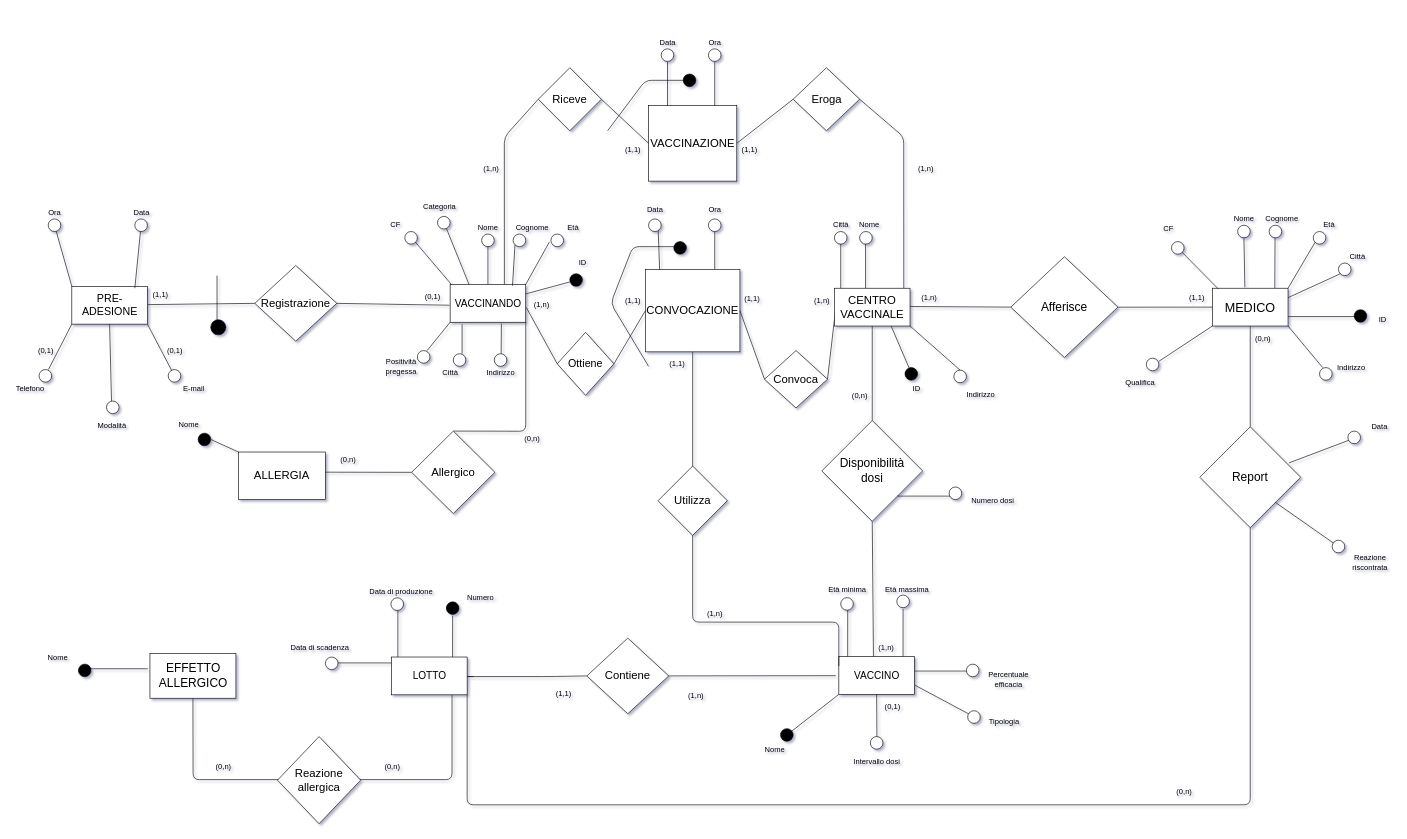
The draw.io diagram page "ERristr" (1 of 2) of bd/Schema E/ERsenzagen.drawio in shaggyishere/VaccineDatabase, before the edit. Source tidied: cells renumbered, new cells numbered last; positions are measured from the earlier drawing's top-left corner, leaving out a move shared by most shapes. Both pictures are drawn from the tidied source at 63%, with x=0, y=0 at pixel (10, 36).
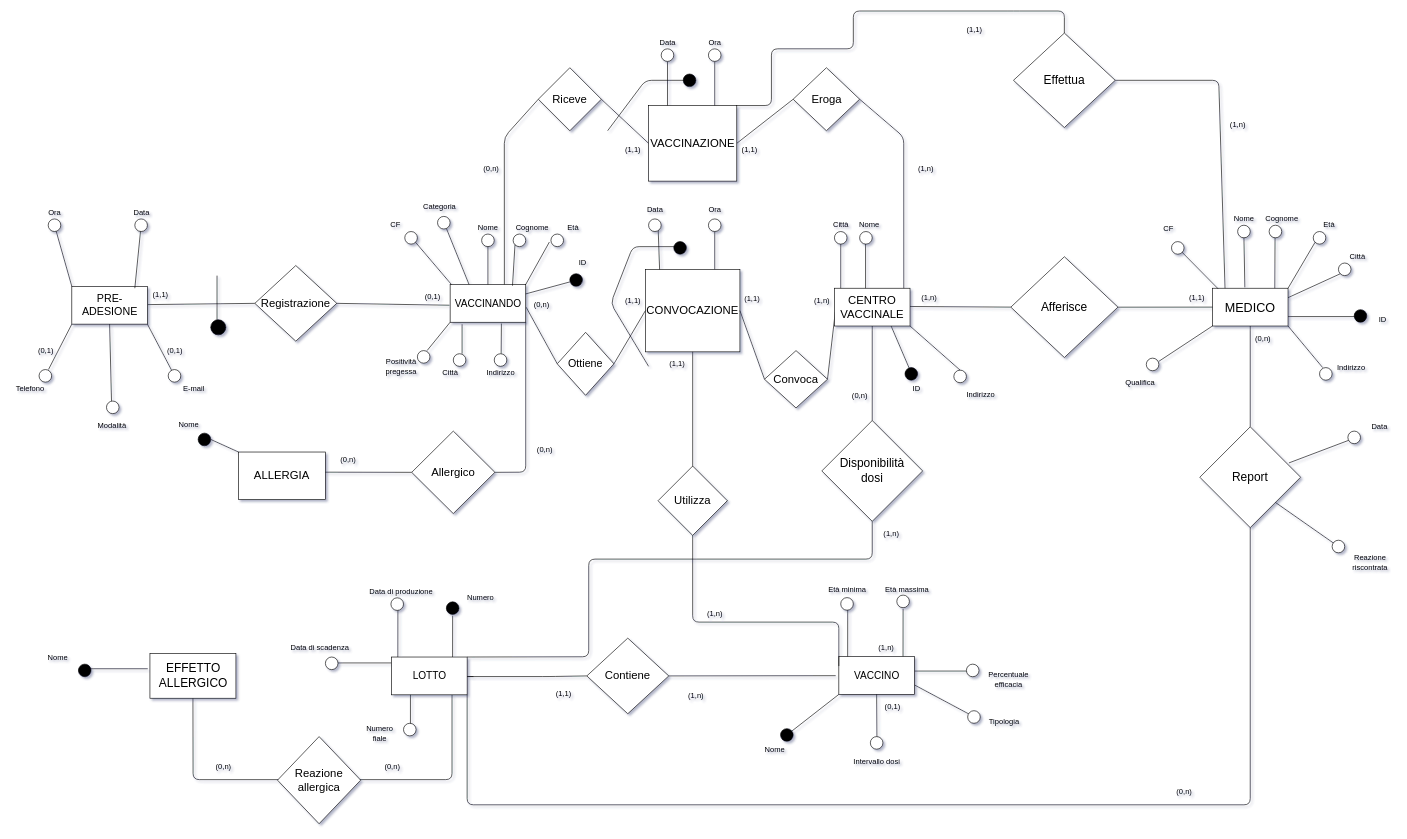
After the change.

Commit message:
Aggiunta associazione che lega MEDICO a VACCINAZIONE

The change refers to these unchanged cells:
```xml
<mxCell id="19" value="&lt;font style=&quot;font-size: 18px&quot;&gt;VACCINAZIONE&lt;/font&gt;" style="rectangle;whiteSpace=wrap;html=1;strokeWidth=1;fillColor=#FFFFFF;" parent="1" vertex="1">
  <mxGeometry x="1013" y="110" width="140" height="120" as="geometry" />
</mxCell>
<mxCell id="28" value="&lt;div&gt;&lt;font style=&quot;font-size: 19px&quot;&gt;Disponibilità &lt;br&gt;&lt;/font&gt;&lt;/div&gt;&lt;div&gt;&lt;font style=&quot;font-size: 19px&quot;&gt;dosi&lt;/font&gt;&lt;/div&gt;" style="rhombus;whiteSpace=wrap;html=1;strokeWidth=1;fillColor=#FFFFFF;" parent="1" vertex="1">
  <mxGeometry x="1288" y="610" width="160" height="160" as="geometry" />
</mxCell>
<mxCell id="50" style="rounded=0;whiteSpace=wrap;html=1;" parent="1" vertex="1">
  <mxGeometry x="605" y="985.4" width="120" height="60" as="geometry" />
</mxCell>
<mxCell id="75" style="rounded=0;whiteSpace=wrap;html=1;" parent="1" vertex="1">
  <mxGeometry x="698" y="394" width="120" height="60" as="geometry" />
</mxCell>
<mxCell id="155" value="&lt;font style=&quot;font-size: 18px&quot;&gt;Allergico &lt;br&gt;&lt;/font&gt;" style="rhombus;whiteSpace=wrap;html=1;fillColor=#FFFFFF;" parent="1" vertex="1">
  <mxGeometry x="637" y="626.8" width="132" height="130.9" as="geometry" />
</mxCell>
```

What changed in the source:
```diff
@@
-    <mxCell id="32" style="endArrow=none;html=1;exitX=0.5;exitY=1;exitDx=0;exitDy=0;entryX=0.5;entryY=0;entryDx=0;entryDy=0;" parent="1" edge="1">
+    <mxCell id="32" style="endArrow=none;html=1;exitX=0.5;exitY=1;exitDx=0;exitDy=0;entryX=1;entryY=0;entryDx=0;entryDy=0;" parent="1" edge="1" target="50">
       <mxGeometry relative="1" as="geometry">
         <mxPoint x="1368" y="770" as="sourcePoint" />
-        <mxPoint x="1370" y="989" as="targetPoint" />
+        <Array as="points">
+          <mxPoint x="1368" y="830" />
+          <mxPoint x="918" y="830" />
+          <mxPoint x="918" y="985" />
+        </Array>
       </mxGeometry>
     </mxCell>
@@
-    <mxCell id="89" style="endArrow=none;html=1;exitX=1;exitY=1;exitDx=0;exitDy=0;entryX=0.5;entryY=0;entryDx=0;entryDy=0;" parent="1" edge="1" source="75" target="155">
+    <mxCell id="89" style="endArrow=none;html=1;exitX=1;exitY=1;exitDx=0;exitDy=0;entryX=1;entryY=0.5;entryDx=0;entryDy=0;" parent="1" edge="1" source="75" target="155">
       <mxGeometry relative="1" as="geometry">
         <Array as="points">
-          <mxPoint x="818" y="627" />
+          <mxPoint x="818" y="692" />
         </Array>
       </mxGeometry>
     </mxCell>
     <mxCell id="90" value="(0,n)" style="text;html=1;align=center;verticalAlign=middle;strokeColor=none;" parent="1" vertex="1">
-      <mxGeometry x="808" y="629" width="40" height="20" as="geometry" />
+      <mxGeometry x="828" y="646.8" width="40" height="20" as="geometry" />
     </mxCell>
@@
-    <mxCell id="104" value="(1,n)" style="text;html=1;align=center;verticalAlign=middle;strokeColor=none;" parent="1" vertex="1">
+    <mxCell id="104" value="(0,n)" style="text;html=1;align=center;verticalAlign=middle;strokeColor=none;" parent="1" vertex="1">
       <mxGeometry x="823" y="417" width="40" height="20" as="geometry" />
     </mxCell>
@@
-    <mxCell id="106" value="(1,n)" style="text;html=1;align=center;verticalAlign=middle;strokeColor=none;" parent="1" vertex="1">
+    <mxCell id="106" value="(0,n)" style="text;html=1;align=center;verticalAlign=middle;strokeColor=none;" parent="1" vertex="1">
       <mxGeometry x="743" y="200" width="40" height="20" as="geometry" />
     </mxCell>
@@
-    <mxCell id="189" style="endArrow=none;html=1;entryX=1;entryY=1;entryDx=0;entryDy=0;" parent="1" edge="1" target="28">
-      <mxGeometry relative="1" as="geometry">
-        <mxPoint x="1498" y="730" as="sourcePoint" />
-      </mxGeometry>
-    </mxCell>
-    <mxCell id="190" style="ellipse;whiteSpace=wrap;html=1;strokeWidth=1;" parent="1" vertex="1">
-      <mxGeometry x="1490" y="715.5" width="20" height="20" as="geometry" />
-    </mxCell>
-    <mxCell id="191" value="Numero dosi" style="text;html=1;align=center;verticalAlign=middle;strokeColor=none;" parent="1" vertex="1">
-      <mxGeometry x="1518.5" y="727.7" width="80" height="20" as="geometry" />
-    </mxCell>
@@
+    <mxCell id="215" value="(1,n)" style="text;html=1;align=center;verticalAlign=middle;strokeColor=none;" parent="1" vertex="1">
+      <mxGeometry x="1378" y="780" width="40" height="20" as="geometry" />
+    </mxCell>
+    <mxCell id="216" style="endArrow=none;html=1;exitX=0.25;exitY=1;exitDx=0;exitDy=0;" parent="1" edge="1" source="50">
+      <mxGeometry relative="1" as="geometry">
+        <mxPoint x="635" y="1100" as="targetPoint" />
+      </mxGeometry>
+    </mxCell>
+    <mxCell id="217" style="ellipse;whiteSpace=wrap;html=1;strokeWidth=1;fillColor=#FFFFFF;" parent="1" vertex="1">
+      <mxGeometry x="624" y="1090.6" width="20" height="20" as="geometry" />
+    </mxCell>
+    <mxCell id="218" value="&lt;div&gt;Numero &lt;br&gt;&lt;/div&gt;&lt;div&gt;fiale&lt;/div&gt;" style="text;html=1;align=center;verticalAlign=middle;strokeColor=none;" parent="1" vertex="1">
+      <mxGeometry x="556" y="1091.7" width="60" height="30" as="geometry" />
+    </mxCell>
+    <mxCell id="219" value="&lt;font style=&quot;font-size: 19px&quot;&gt;Effettua&lt;/font&gt;" style="rhombus;whiteSpace=wrap;html=1;" parent="1" vertex="1">
+      <mxGeometry x="1592.2" y="-5" width="161.5" height="150" as="geometry" />
+    </mxCell>
+    <mxCell id="220" style="endArrow=none;html=1;exitX=1;exitY=0.5;exitDx=0;exitDy=0;" parent="1" edge="1" source="219">
+      <mxGeometry relative="1" as="geometry">
+        <mxPoint x="1928" y="400" as="targetPoint" />
+        <Array as="points">
+          <mxPoint x="1918" y="70" />
+        </Array>
+      </mxGeometry>
+    </mxCell>
+    <mxCell id="221" value="(1,n)" style="text;html=1;align=center;verticalAlign=middle;strokeColor=none;" parent="1" vertex="1">
+      <mxGeometry x="1928" y="130" width="40" height="20" as="geometry" />
+    </mxCell>
+    <mxCell id="222" style="endArrow=none;html=1;exitX=1;exitY=0;exitDx=0;exitDy=0;entryX=0.5;entryY=0;entryDx=0;entryDy=0;" parent="1" edge="1" source="19" target="219">
+      <mxGeometry relative="1" as="geometry">
+        <Array as="points">
+          <mxPoint x="1208" y="110" />
+          <mxPoint x="1208" y="20" />
+          <mxPoint x="1338" y="20" />
+          <mxPoint x="1338" y="-40" />
+          <mxPoint x="1592" y="-40" />
+          <mxPoint x="1673" y="-40" />
+        </Array>
+      </mxGeometry>
+    </mxCell>
+    <mxCell id="223" value="(1,1)" style="text;html=1;align=center;verticalAlign=middle;strokeColor=none;" parent="1" vertex="1">
+      <mxGeometry x="1509.5" y="-20" width="40" height="20" as="geometry" />
+    </mxCell>
```
